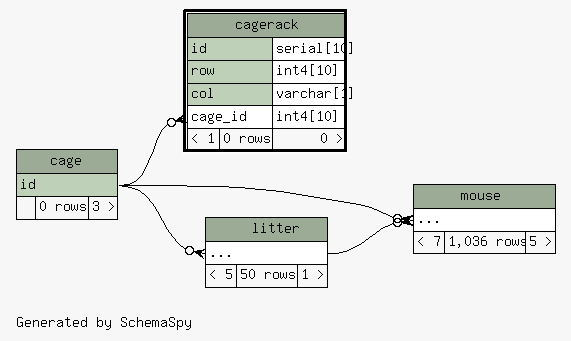
Above: database/ss/diagrams/cagerack.2degrees.png in tgbugs/mlab (Graphviz), before the change. Its source is kept beside it as database/ss/diagrams/cagerack.2degrees.dot. Source of this version:
```dot
digraph "twoDegreesRelationshipsDiagram" {
  graph [
    rankdir="RL"
    bgcolor="#f7f7f7"
    label="\nGenerated by SchemaSpy"
    labeljust="l"
    nodesep="0.18"
    ranksep="0.46"
    fontname="Helvetica"
    fontsize="11"
  ];
  node [
    fontname="Helvetica"
    fontsize="11"
    shape="plaintext"
  ];
  edge [
    arrowsize="0.8"
  ];
  "cagerack":"cage_id":w -> "cage":"id":e [arrowhead=none dir=back arrowtail=crowodot];
  "litter":"elipses":w -> "cage":"id":e [arrowhead=none dir=back arrowtail=crowodot];
  "mouse":"elipses":w -> "cage":"id":e [arrowhead=none dir=back arrowtail=crowodot];
  "mouse":"elipses":w -> "litter":"elipses":e [arrowhead=none dir=back arrowtail=crowodot];
  "cage" [
    label=<
    <TABLE BORDER="0" CELLBORDER="1" CELLSPACING="0" BGCOLOR="#ffffff">
      <TR><TD COLSPAN="3" BGCOLOR="#9bab96" ALIGN="CENTER">cage</TD></TR>
      <TR><TD PORT="id" COLSPAN="3" BGCOLOR="#bed1b8" ALIGN="LEFT">id</TD></TR>
      <TR><TD ALIGN="LEFT" BGCOLOR="#f7f7f7">  </TD><TD ALIGN="RIGHT" BGCOLOR="#f7f7f7">0 rows</TD><TD ALIGN="RIGHT" BGCOLOR="#f7f7f7">3 &gt;</TD></TR>
    </TABLE>>
    URL="cage.html"
    tooltip="cage"
  ];
  "cagerack" [
    label=<
    <TABLE BORDER="2" CELLBORDER="1" CELLSPACING="0" BGCOLOR="#ffffff">
      <TR><TD COLSPAN="3" BGCOLOR="#9bab96" ALIGN="CENTER">cagerack</TD></TR>
      <TR><TD PORT="id" COLSPAN="2" BGCOLOR="#bed1b8" ALIGN="LEFT">id</TD><TD PORT="id.type" ALIGN="LEFT">serial[10]</TD></TR>
      <TR><TD PORT="row" COLSPAN="2" BGCOLOR="#bed1b8" ALIGN="LEFT">row</TD><TD PORT="row.type" ALIGN="LEFT">int4[10]</TD></TR>
      <TR><TD PORT="col" COLSPAN="2" BGCOLOR="#bed1b8" ALIGN="LEFT">col</TD><TD PORT="col.type" ALIGN="LEFT">varchar[1]</TD></TR>
      <TR><TD PORT="cage_id" COLSPAN="2" ALIGN="LEFT">cage_id</TD><TD PORT="cage_id.type" ALIGN="LEFT">int4[10]</TD></TR>
      <TR><TD ALIGN="LEFT" BGCOLOR="#f7f7f7">&lt; 1</TD><TD ALIGN="RIGHT" BGCOLOR="#f7f7f7">0 rows</TD><TD ALIGN="RIGHT" BGCOLOR="#f7f7f7">0 &gt;</TD></TR>
    </TABLE>>
    URL="cagerack.html"
    tooltip="cagerack"
  ];
  "litter" [
    label=<
    <TABLE BORDER="0" CELLBORDER="1" CELLSPACING="0" BGCOLOR="#ffffff">
      <TR><TD COLSPAN="3" BGCOLOR="#9bab96" ALIGN="CENTER">litter</TD></TR>
      <TR><TD PORT="elipses" COLSPAN="3" ALIGN="LEFT">...</TD></TR>
      <TR><TD ALIGN="LEFT" BGCOLOR="#f7f7f7">&lt; 5</TD><TD ALIGN="RIGHT" BGCOLOR="#f7f7f7">50 rows</TD><TD ALIGN="RIGHT" BGCOLOR="#f7f7f7">1 &gt;</TD></TR>
    </TABLE>>
    URL="litter.html"
    tooltip="litter"
  ];
  "mouse" [
    label=<
    <TABLE BORDER="0" CELLBORDER="1" CELLSPACING="0" BGCOLOR="#ffffff">
      <TR><TD COLSPAN="3" BGCOLOR="#9bab96" ALIGN="CENTER">mouse</TD></TR>
      <TR><TD PORT="elipses" COLSPAN="3" ALIGN="LEFT">...</TD></TR>
      <TR><TD ALIGN="LEFT" BGCOLOR="#f7f7f7">&lt; 7</TD><TD ALIGN="RIGHT" BGCOLOR="#f7f7f7">1,036 rows</TD><TD ALIGN="RIGHT" BGCOLOR="#f7f7f7">5 &gt;</TD></TR>
    </TABLE>>
    URL="mouse.html"
    tooltip="mouse"
  ];
}
```
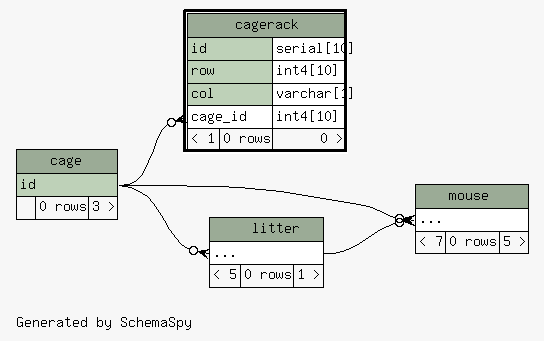
Above is the later version.

Diff of the diagram source:
```diff
@@ -49,7 +49,7 @@
     <TABLE BORDER="0" CELLBORDER="1" CELLSPACING="0" BGCOLOR="#ffffff">
       <TR><TD COLSPAN="3" BGCOLOR="#9bab96" ALIGN="CENTER">litter</TD></TR>
       <TR><TD PORT="elipses" COLSPAN="3" ALIGN="LEFT">...</TD></TR>
-      <TR><TD ALIGN="LEFT" BGCOLOR="#f7f7f7">&lt; 5</TD><TD ALIGN="RIGHT" BGCOLOR="#f7f7f7">50 rows</TD><TD ALIGN="RIGHT" BGCOLOR="#f7f7f7">1 &gt;</TD></TR>
+      <TR><TD ALIGN="LEFT" BGCOLOR="#f7f7f7">&lt; 5</TD><TD ALIGN="RIGHT" BGCOLOR="#f7f7f7">0 rows</TD><TD ALIGN="RIGHT" BGCOLOR="#f7f7f7">1 &gt;</TD></TR>
     </TABLE>>
     URL="litter.html"
     tooltip="litter"
@@ -59,7 +59,7 @@
     <TABLE BORDER="0" CELLBORDER="1" CELLSPACING="0" BGCOLOR="#ffffff">
       <TR><TD COLSPAN="3" BGCOLOR="#9bab96" ALIGN="CENTER">mouse</TD></TR>
       <TR><TD PORT="elipses" COLSPAN="3" ALIGN="LEFT">...</TD></TR>
-      <TR><TD ALIGN="LEFT" BGCOLOR="#f7f7f7">&lt; 7</TD><TD ALIGN="RIGHT" BGCOLOR="#f7f7f7">1,036 rows</TD><TD ALIGN="RIGHT" BGCOLOR="#f7f7f7">5 &gt;</TD></TR>
+      <TR><TD ALIGN="LEFT" BGCOLOR="#f7f7f7">&lt; 7</TD><TD ALIGN="RIGHT" BGCOLOR="#f7f7f7">0 rows</TD><TD ALIGN="RIGHT" BGCOLOR="#f7f7f7">5 &gt;</TD></TR>
     </TABLE>>
     URL="mouse.html"
     tooltip="mouse"
```
